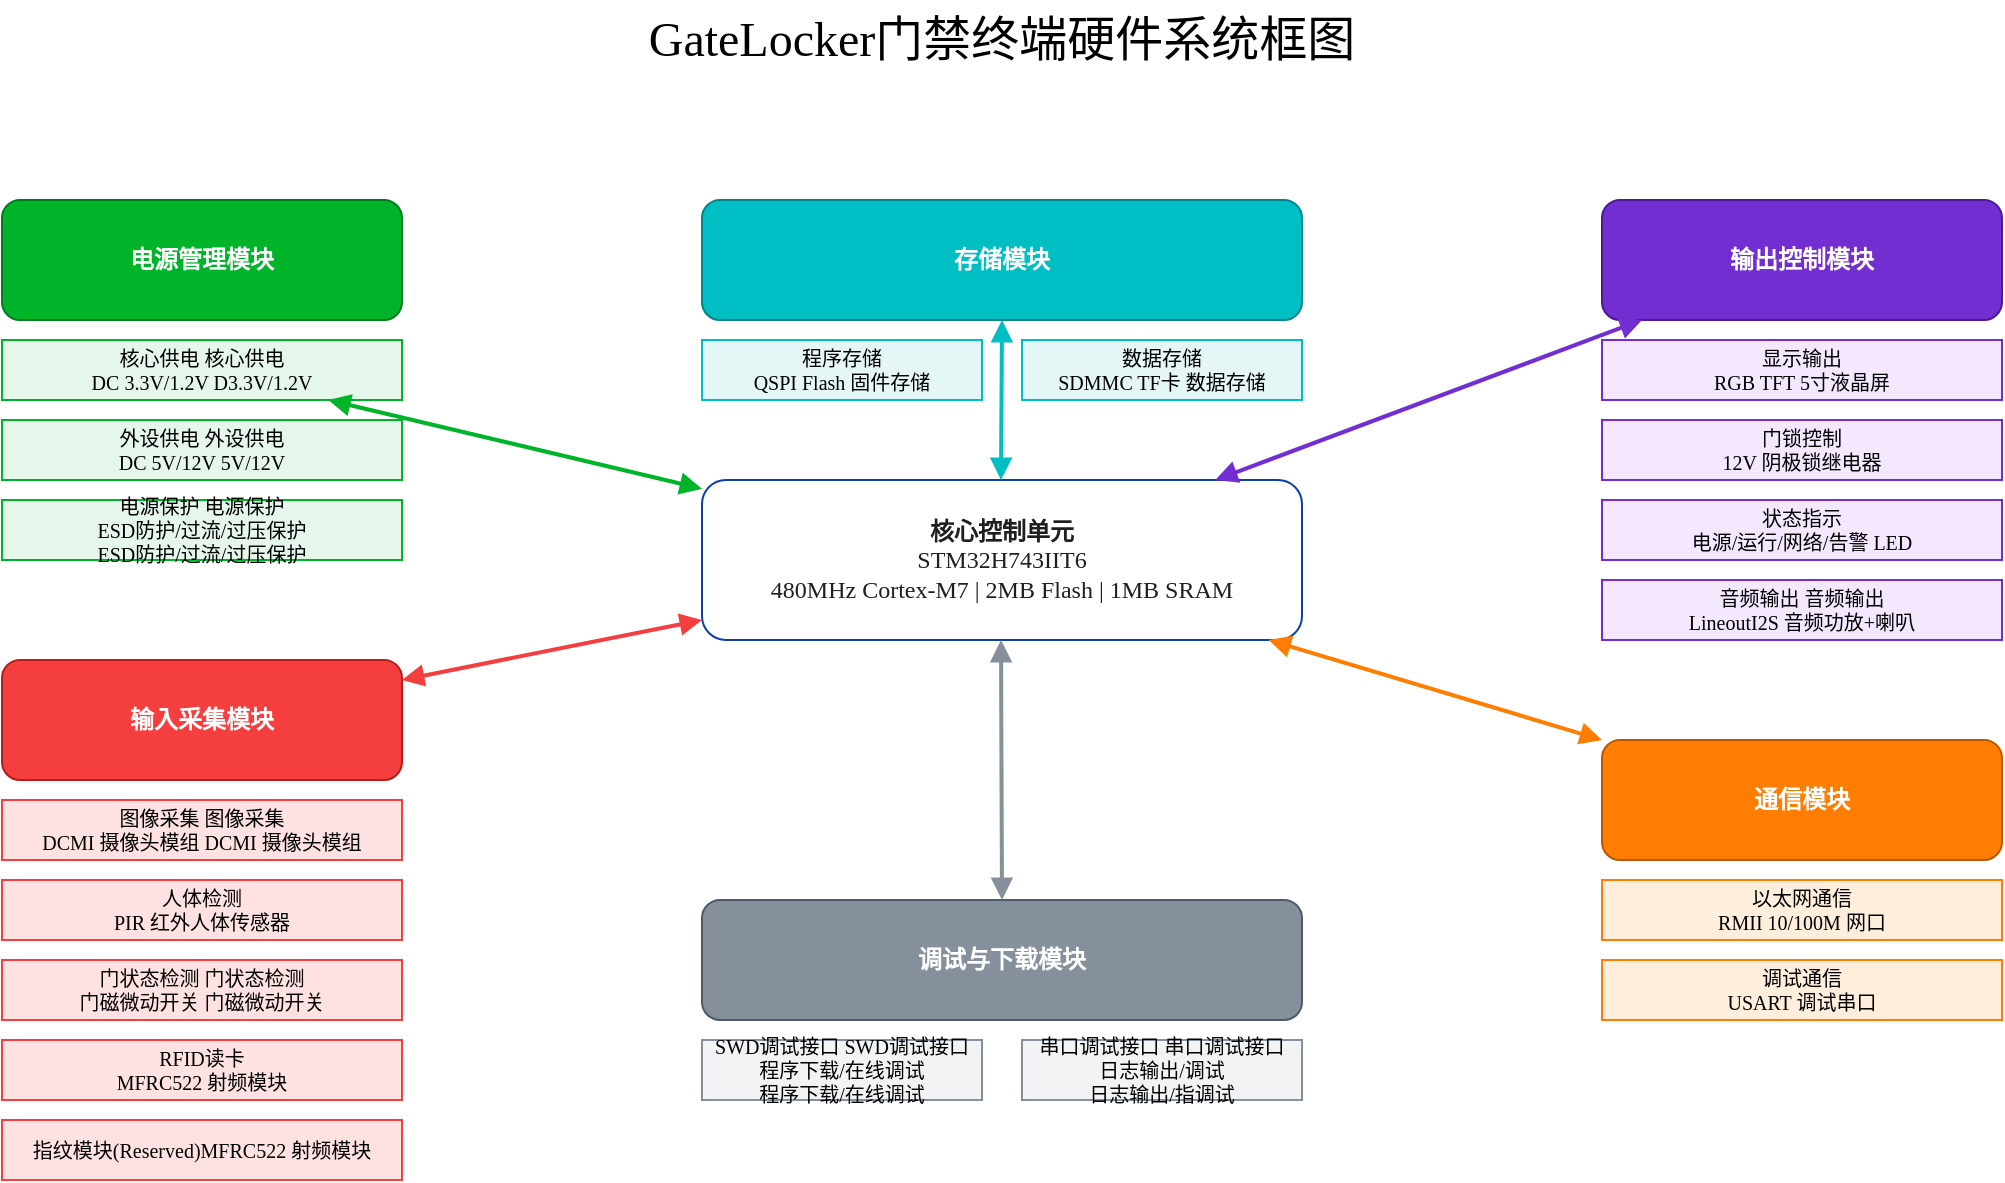
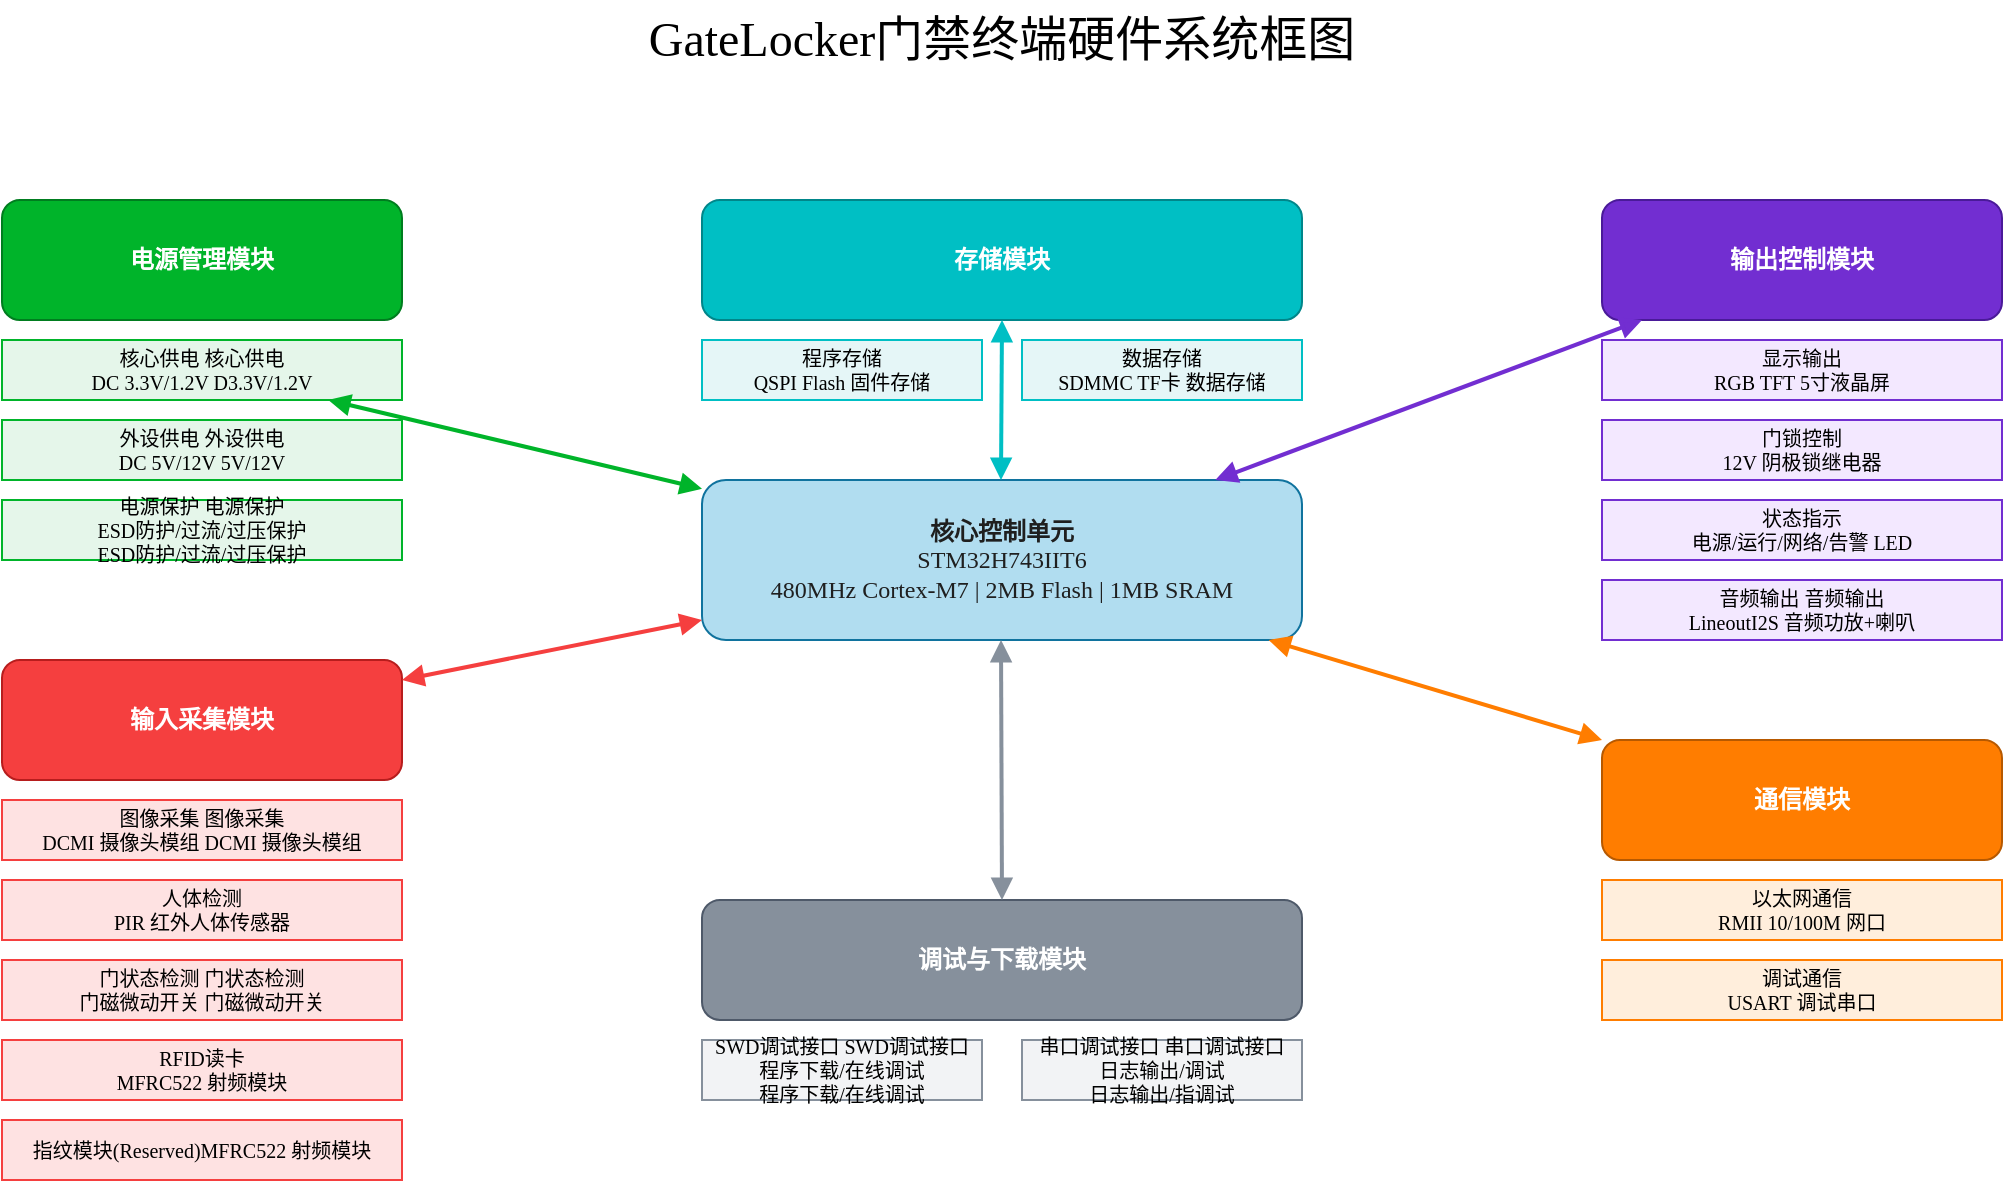
<mxfile host="app.diagrams.net">
  <diagram id="JjUnV6bOo0cUcBlsrNCr" name="GateLocker门禁终端硬件系统框图">
    <mxGraphModel dx="1571" dy="782" grid="0" gridSize="10" guides="1" tooltips="1" connect="1" arrows="1" fold="1" page="0" pageScale="1" pageWidth="827" pageHeight="1169" math="0" shadow="0">
      <root>
        <mxCell id="0" />
        <mxCell id="1" parent="0" />
        <mxCell id="EOIqCzflqUVAwcGKjHEf-1" parent="1" style="text;html=1;strokeColor=none;fillColor=none;align=center;verticalAlign=middle;whiteSpace=wrap;rounded=0;fontSize=24;fontWeight=bold;fontFamily=微软雅黑" value="GateLocker门禁终端硬件系统框图" vertex="1">
          <mxGeometry height="40" width="400" x="440" y="60" as="geometry" />
        </mxCell>
-         <mxCell id="EOIqCzflqUVAwcGKjHEf-2" parent="1" style="rounded=1;whiteSpace=wrap;html=1;fillColor=default;strokeColor=#0F3FA8;fontColor=white;align=center;verticalAlign=middle;fontSize=12;fontFamily=微软雅黑;fontWeight=bold" value="&lt;span data-doubao-translate-traverse-mark=&quot;1&quot; data-doubao-translate-exclude-mark=&quot;1&quot;&gt;&lt;font style=&quot;color: rgb(31, 31, 31);&quot;&gt;&lt;b data-doubao-translate-traverse-mark=&quot;1&quot; data-doubao-translate-exclude-mark=&quot;1&quot; style=&quot;&quot;&gt;核心控制单元&lt;/b&gt;&lt;br data-doubao-translate-traverse-mark=&quot;1&quot;&gt;STM32H743IIT6&lt;br data-doubao-translate-traverse-mark=&quot;1&quot;&gt;480MHz Cortex-M7 | 2MB Flash | 1MB SRAM&lt;/font&gt;&lt;/span&gt;" vertex="1">
+         <mxCell id="EOIqCzflqUVAwcGKjHEf-2" parent="1" style="rounded=1;whiteSpace=wrap;html=1;fillColor=#b1ddf0;strokeColor=#10739e;align=center;verticalAlign=middle;fontSize=12;fontFamily=微软雅黑;fontWeight=bold;" value="&lt;span data-doubao-translate-traverse-mark=&quot;1&quot; data-doubao-translate-exclude-mark=&quot;1&quot;&gt;&lt;font style=&quot;color: rgb(31, 31, 31);&quot;&gt;&lt;b data-doubao-translate-traverse-mark=&quot;1&quot; data-doubao-translate-exclude-mark=&quot;1&quot; style=&quot;&quot;&gt;核心控制单元&lt;/b&gt;&lt;br data-doubao-translate-traverse-mark=&quot;1&quot;&gt;STM32H743IIT6&lt;br data-doubao-translate-traverse-mark=&quot;1&quot;&gt;480MHz Cortex-M7 | 2MB Flash | 1MB SRAM&lt;/font&gt;&lt;/span&gt;" vertex="1">
          <mxGeometry height="80" width="300" x="490" y="300" as="geometry" />
        </mxCell>
        <mxCell id="EOIqCzflqUVAwcGKjHEf-3" parent="1" style="rounded=1;whiteSpace=wrap;html=1;fillColor=#00B42A;strokeColor=#007D1F;fontColor=white;align=center;verticalAlign=middle;fontSize=12;fontFamily=微软雅黑;fontWeight=bold" value="&lt;b&gt;电源管理模块&lt;/b&gt;" vertex="1">
          <mxGeometry height="60" width="200" x="140" y="160" as="geometry" />
        </mxCell>
        <mxCell id="EOIqCzflqUVAwcGKjHEf-4" parent="1" style="rounded=0;whiteSpace=wrap;html=1;fillColor=#E5F6EA;strokeColor=#00B42A;align=center;verticalAlign=middle;fontSize=10;fontFamily=微软雅黑" value="核心供电&lt;font class=&quot;__Cici__translate__ __Cici_translate_similar_text_content__&quot;&gt;&lt;font class=&quot;__Cici_translate_origin_node__&quot; style=&quot;display: none;&quot;&gt;核心供电&lt;/font&gt; &lt;font class=&quot;__Cici_translate_translated_inject_node__&quot; style=&quot;display: inline-block;&quot;&gt;&lt;span&gt;核心供电&lt;/span&gt;&lt;/font&gt;&lt;/font&gt;&lt;br data-doubao-translate-traverse-mark=&quot;1&quot;&gt;DC 3.3V/1.2V&lt;font class=&quot;__Cici__translate__ __Cici_translate_similar_text_content__&quot;&gt;&lt;font class=&quot;__Cici_translate_origin_node__&quot; style=&quot;display: none;&quot;&gt;D3.3V/1.2V&lt;/font&gt; &lt;font class=&quot;__Cici_translate_translated_inject_node__&quot; style=&quot;display: inline-block;&quot;&gt;&lt;span&gt;D3.3V/1.2V&lt;/span&gt;&lt;/font&gt;&lt;/font&gt;" vertex="1">
          <mxGeometry height="30" width="200" x="140" y="230" as="geometry" />
        </mxCell>
        <mxCell id="EOIqCzflqUVAwcGKjHEf-5" parent="1" style="rounded=0;whiteSpace=wrap;html=1;fillColor=#E5F6EA;strokeColor=#00B42A;align=center;verticalAlign=middle;fontSize=10;fontFamily=微软雅黑" value="外设供电&lt;font class=&quot;__Cici__translate__ __Cici_translate_similar_text_content__&quot;&gt;&lt;font class=&quot;__Cici_translate_origin_node__&quot; style=&quot;display: none;&quot;&gt;外设供电&lt;/font&gt; &lt;font class=&quot;__Cici_translate_translated_inject_node__&quot; style=&quot;display: inline-block;&quot;&gt;&lt;span&gt;外设供电&lt;/span&gt;&lt;/font&gt;&lt;/font&gt;&lt;br data-doubao-translate-traverse-mark=&quot;1&quot;&gt;DC 5V/12V&lt;font class=&quot;__Cici__translate__ __Cici_translate_similar_text_content__&quot;&gt; &lt;font class=&quot;__Cici_translate_translated_inject_node__&quot; style=&quot;display: inline-block;&quot;&gt;&lt;span&gt;5V/12V&lt;/span&gt;&lt;/font&gt;&lt;/font&gt;" vertex="1">
          <mxGeometry height="30" width="200" x="140" y="270" as="geometry" />
        </mxCell>
        <mxCell id="EOIqCzflqUVAwcGKjHEf-6" parent="1" style="rounded=0;whiteSpace=wrap;html=1;fillColor=#E5F6EA;strokeColor=#00B42A;align=center;verticalAlign=middle;fontSize=10;fontFamily=微软雅黑" value="电源保护&lt;font class=&quot;__Cici__translate__ __Cici_translate_similar_text_content__&quot;&gt;&lt;font class=&quot;__Cici_translate_origin_node__&quot; style=&quot;display: none;&quot;&gt;电源保护&lt;/font&gt; &lt;font class=&quot;__Cici_translate_translated_inject_node__&quot; style=&quot;display: inline-block;&quot;&gt;&lt;span&gt;电源保护&lt;/span&gt;&lt;/font&gt;&lt;/font&gt;&lt;br data-doubao-translate-traverse-mark=&quot;1&quot;&gt;ESD防护/过流/过压保护&lt;font class=&quot;__Cici__translate__ __Cici_translate_similar_text_content__&quot;&gt;&lt;font class=&quot;__Cici_translate_origin_node__&quot; style=&quot;display: none;&quot;&gt;ESD防护/过流/过压保护&lt;/font&gt; &lt;font class=&quot;__Cici_translate_translated_inject_node__&quot; style=&quot;display: inline-block;&quot;&gt;&lt;span&gt;ESD防护/过流/过压保护&lt;/span&gt;&lt;/font&gt;&lt;/font&gt;" vertex="1">
          <mxGeometry height="30" width="200" x="140" y="310" as="geometry" />
        </mxCell>
        <mxCell id="EOIqCzflqUVAwcGKjHEf-7" parent="1" style="rounded=1;whiteSpace=wrap;html=1;fillColor=#F53F3F;strokeColor=#B71D1D;fontColor=white;align=center;verticalAlign=middle;fontSize=12;fontFamily=微软雅黑;fontWeight=bold" value="&lt;b&gt;输入采集模块&lt;/b&gt;" vertex="1">
          <mxGeometry height="60" width="200" x="140" y="390" as="geometry" />
        </mxCell>
        <mxCell id="EOIqCzflqUVAwcGKjHEf-8" parent="1" style="rounded=0;whiteSpace=wrap;html=1;fillColor=#FEE2E2;strokeColor=#F53F3F;align=center;verticalAlign=middle;fontSize=10;fontFamily=微软雅黑" value="图像采集&lt;font class=&quot;__Cici__translate__ __Cici_translate_similar_text_content__&quot;&gt;&lt;font class=&quot;__Cici_translate_origin_node__&quot; style=&quot;display: none;&quot;&gt;图像采集&lt;/font&gt; &lt;font class=&quot;__Cici_translate_translated_inject_node__&quot; style=&quot;display: inline-block;&quot;&gt;&lt;span&gt;图像采集&lt;/span&gt;&lt;/font&gt;&lt;/font&gt;&lt;br data-doubao-translate-traverse-mark=&quot;1&quot;&gt;DCMI 摄像头模组&lt;font class=&quot;__Cici__translate__ __Cici_translate_similar_text_content__&quot;&gt;&lt;font class=&quot;__Cici_translate_origin_node__&quot; style=&quot;display: none;&quot;&gt;DCMI 摄像头模组&lt;/font&gt; &lt;font class=&quot;__Cici_translate_translated_inject_node__&quot; style=&quot;display: inline-block;&quot;&gt;&lt;span&gt;DCMI 摄像头模组&lt;/span&gt;&lt;/font&gt;&lt;/font&gt;" vertex="1">
          <mxGeometry height="30" width="200" x="140" y="460" as="geometry" />
        </mxCell>
        <mxCell id="EOIqCzflqUVAwcGKjHEf-9" parent="1" style="rounded=0;whiteSpace=wrap;html=1;fillColor=#FEE2E2;strokeColor=#F53F3F;align=center;verticalAlign=middle;fontSize=10;fontFamily=微软雅黑" value="人体检测&lt;br&gt;PIR 红外人体传感器" vertex="1">
          <mxGeometry height="30" width="200" x="140" y="500" as="geometry" />
        </mxCell>
        <mxCell id="EOIqCzflqUVAwcGKjHEf-10" parent="1" style="rounded=0;whiteSpace=wrap;html=1;fillColor=#FEE2E2;strokeColor=#F53F3F;align=center;verticalAlign=middle;fontSize=10;fontFamily=微软雅黑" value="门状态检测&lt;font class=&quot;__Cici__translate__ __Cici_translate_similar_text_content__&quot;&gt;&lt;font class=&quot;__Cici_translate_origin_node__&quot; style=&quot;display: none;&quot;&gt;门状态检测&lt;/font&gt; &lt;font class=&quot;__Cici_translate_translated_inject_node__&quot; style=&quot;display: inline-block;&quot;&gt;&lt;span&gt;门状态检测&lt;/span&gt;&lt;/font&gt;&lt;/font&gt;&lt;br data-doubao-translate-traverse-mark=&quot;1&quot;&gt;门磁微动开关&lt;font class=&quot;__Cici__translate__ __Cici_translate_similar_text_content__&quot;&gt;&lt;font class=&quot;__Cici_translate_origin_node__&quot; style=&quot;display: none;&quot;&gt;门磁微动开关&lt;/font&gt; &lt;font class=&quot;__Cici_translate_translated_inject_node__&quot; style=&quot;display: inline-block;&quot;&gt;&lt;span&gt;门磁微动开关&lt;/span&gt;&lt;/font&gt;&lt;/font&gt;" vertex="1">
          <mxGeometry height="30" width="200" x="140" y="540" as="geometry" />
        </mxCell>
        <mxCell id="EOIqCzflqUVAwcGKjHEf-11" parent="1" style="rounded=0;whiteSpace=wrap;html=1;fillColor=#FEE2E2;strokeColor=#F53F3F;align=center;verticalAlign=middle;fontSize=10;fontFamily=微软雅黑" value="RFID读卡&lt;br&gt;MFRC522 射频模块" vertex="1">
          <mxGeometry height="30" width="200" x="140" y="580" as="geometry" />
        </mxCell>
        <mxCell id="EOIqCzflqUVAwcGKjHEf-12" parent="1" style="rounded=1;whiteSpace=wrap;html=1;fillColor=#722ED1;strokeColor=#4A1A99;fontColor=white;align=center;verticalAlign=middle;fontSize=12;fontFamily=微软雅黑;fontWeight=bold" value="&lt;b&gt;输出控制模块&lt;/b&gt;" vertex="1">
          <mxGeometry height="60" width="200" x="940" y="160" as="geometry" />
        </mxCell>
        <mxCell id="EOIqCzflqUVAwcGKjHEf-13" parent="1" style="rounded=0;whiteSpace=wrap;html=1;fillColor=#F3E8FF;strokeColor=#722ED1;align=center;verticalAlign=middle;fontSize=10;fontFamily=微软雅黑" value="显示输出&lt;br&gt;RGB TFT 5寸液晶屏" vertex="1">
          <mxGeometry height="30" width="200" x="940" y="230" as="geometry" />
        </mxCell>
        <mxCell id="EOIqCzflqUVAwcGKjHEf-14" parent="1" style="rounded=0;whiteSpace=wrap;html=1;fillColor=#F3E8FF;strokeColor=#722ED1;align=center;verticalAlign=middle;fontSize=10;fontFamily=微软雅黑" value="门锁控制&lt;br&gt;12V 阴极锁继电器" vertex="1">
          <mxGeometry height="30" width="200" x="940" y="270" as="geometry" />
        </mxCell>
        <mxCell id="EOIqCzflqUVAwcGKjHEf-15" parent="1" style="rounded=0;whiteSpace=wrap;html=1;fillColor=#F3E8FF;strokeColor=#722ED1;align=center;verticalAlign=middle;fontSize=10;fontFamily=微软雅黑" value="状态指示&lt;br&gt;电源/运行/网络/告警 LED" vertex="1">
          <mxGeometry height="30" width="200" x="940" y="310" as="geometry" />
        </mxCell>
        <mxCell id="EOIqCzflqUVAwcGKjHEf-16" parent="1" style="rounded=0;whiteSpace=wrap;html=1;fillColor=#F3E8FF;strokeColor=#722ED1;align=center;verticalAlign=middle;fontSize=10;fontFamily=微软雅黑" value="音频输出&lt;font class=&quot;__Cici__translate__ __Cici_translate_similar_text_content__&quot;&gt;&lt;font class=&quot;__Cici_translate_origin_node__&quot; style=&quot;display: none;&quot;&gt;音频输出&lt;/font&gt; &lt;font class=&quot;__Cici_translate_translated_inject_node__&quot; style=&quot;display: inline-block;&quot;&gt;&lt;span&gt;音频输出&lt;/span&gt;&lt;/font&gt;&lt;/font&gt;&lt;br data-doubao-translate-traverse-mark=&quot;1&quot;&gt;Lineout&lt;font class=&quot;__Cici__translate__ __Cici_translate_similar_text_content__&quot;&gt;&lt;font class=&quot;__Cici_translate_translated_inject_node__&quot; style=&quot;display: inline-block;&quot;&gt;&lt;span&gt;I2S 音频功放+喇叭&lt;/span&gt;&lt;/font&gt;&lt;/font&gt;" vertex="1">
          <mxGeometry height="30" width="200" x="940" y="350" as="geometry" />
        </mxCell>
        <mxCell id="EOIqCzflqUVAwcGKjHEf-17" parent="1" style="rounded=1;whiteSpace=wrap;html=1;fillColor=#FF7D00;strokeColor=#B75900;fontColor=white;align=center;verticalAlign=middle;fontSize=12;fontFamily=微软雅黑;fontWeight=bold" value="&lt;b&gt;通信模块&lt;/b&gt;" vertex="1">
          <mxGeometry height="60" width="200" x="940" y="430" as="geometry" />
        </mxCell>
        <mxCell id="EOIqCzflqUVAwcGKjHEf-18" parent="1" style="rounded=0;whiteSpace=wrap;html=1;fillColor=#FFEEDC;strokeColor=#FF7D00;align=center;verticalAlign=middle;fontSize=10;fontFamily=微软雅黑" value="以太网通信&lt;br&gt;RMII 10/100M 网口" vertex="1">
          <mxGeometry height="30" width="200" x="940" y="500" as="geometry" />
        </mxCell>
        <mxCell id="EOIqCzflqUVAwcGKjHEf-19" parent="1" style="rounded=0;whiteSpace=wrap;html=1;fillColor=#FFEEDC;strokeColor=#FF7D00;align=center;verticalAlign=middle;fontSize=10;fontFamily=微软雅黑" value="调试通信&lt;br&gt;USART 调试串口" vertex="1">
          <mxGeometry height="30" width="200" x="940" y="540" as="geometry" />
        </mxCell>
        <mxCell id="EOIqCzflqUVAwcGKjHEf-20" parent="1" style="rounded=1;whiteSpace=wrap;html=1;fillColor=#00BFC4;strokeColor=#00868A;fontColor=white;align=center;verticalAlign=middle;fontSize=12;fontFamily=微软雅黑;fontWeight=bold" value="&lt;b&gt;存储模块&lt;/b&gt;" vertex="1">
          <mxGeometry height="60" width="300" x="490" y="160" as="geometry" />
        </mxCell>
        <mxCell id="EOIqCzflqUVAwcGKjHEf-21" parent="1" style="rounded=0;whiteSpace=wrap;html=1;fillColor=#E5F6F7;strokeColor=#00BFC4;align=center;verticalAlign=middle;fontSize=10;fontFamily=微软雅黑" value="程序存储&lt;br&gt;QSPI Flash 固件存储" vertex="1">
          <mxGeometry height="30" width="140" x="490" y="230" as="geometry" />
        </mxCell>
        <mxCell id="EOIqCzflqUVAwcGKjHEf-22" parent="1" style="rounded=0;whiteSpace=wrap;html=1;fillColor=#E5F6F7;strokeColor=#00BFC4;align=center;verticalAlign=middle;fontSize=10;fontFamily=微软雅黑" value="数据存储&lt;br&gt;SDMMC TF卡 数据存储" vertex="1">
          <mxGeometry height="30" width="140" x="650" y="230" as="geometry" />
        </mxCell>
        <mxCell id="EOIqCzflqUVAwcGKjHEf-23" parent="1" style="rounded=1;whiteSpace=wrap;html=1;fillColor=#86909C;strokeColor=#4E5969;fontColor=white;align=center;verticalAlign=middle;fontSize=12;fontFamily=微软雅黑;fontWeight=bold" value="&lt;b&gt;调试与下载模块&lt;/b&gt;" vertex="1">
          <mxGeometry height="60" width="300" x="490" y="510" as="geometry" />
        </mxCell>
        <mxCell id="EOIqCzflqUVAwcGKjHEf-24" parent="1" style="rounded=0;whiteSpace=wrap;html=1;fillColor=#F2F3F5;strokeColor=#86909C;align=center;verticalAlign=middle;fontSize=10;fontFamily=微软雅黑" value="SWD调试接口&lt;font class=&quot;__Cici__translate__ __Cici_translate_similar_text_content__&quot;&gt;&lt;font class=&quot;__Cici_translate_origin_node__&quot; style=&quot;display: none;&quot;&gt;SWD调试接口&lt;/font&gt; &lt;font class=&quot;__Cici_translate_translated_inject_node__&quot; style=&quot;display: inline-block;&quot;&gt;&lt;span&gt;SWD调试接口&lt;/span&gt;&lt;/font&gt;&lt;/font&gt;&lt;br data-doubao-translate-traverse-mark=&quot;1&quot;&gt;程序下载/在线调试&lt;font class=&quot;__Cici__translate__ __Cici_translate_similar_text_content__&quot;&gt;&lt;font class=&quot;__Cici_translate_origin_node__&quot; style=&quot;display: none;&quot;&gt;程序下载/在线调试&lt;/font&gt; &lt;font class=&quot;__Cici_translate_translated_inject_node__&quot; style=&quot;display: inline-block;&quot;&gt;&lt;span&gt;程序下载/在线调试&lt;/span&gt;&lt;/font&gt;&lt;/font&gt;" vertex="1">
          <mxGeometry height="30" width="140" x="490" y="580" as="geometry" />
        </mxCell>
        <mxCell id="EOIqCzflqUVAwcGKjHEf-25" parent="1" style="rounded=0;whiteSpace=wrap;html=1;fillColor=#F2F3F5;strokeColor=#86909C;align=center;verticalAlign=middle;fontSize=10;fontFamily=微软雅黑" value="串口调试接口&lt;font class=&quot;__Cici__translate__ __Cici_translate_similar_text_content__&quot;&gt;&lt;font class=&quot;__Cici_translate_origin_node__&quot; style=&quot;display: none;&quot;&gt;串口调试接口&lt;/font&gt; &lt;font class=&quot;__Cici_translate_translated_inject_node__&quot; style=&quot;display: inline-block;&quot;&gt;&lt;span&gt;串口调试接口&lt;/span&gt;&lt;/font&gt;&lt;/font&gt;&lt;br data-doubao-translate-traverse-mark=&quot;1&quot;&gt;日志输出/调试&lt;font class=&quot;__Cici__translate__ __Cici_translate_similar_text_content__&quot;&gt;&lt;font class=&quot;__Cici_translate_origin_node__&quot; style=&quot;display: none;&quot;&gt;日志输出/指调试&lt;/font&gt; &lt;font class=&quot;__Cici_translate_translated_inject_node__&quot; style=&quot;display: inline-block;&quot;&gt;&lt;span&gt;日志输出/指调试&lt;/span&gt;&lt;/font&gt;&lt;/font&gt;" vertex="1">
          <mxGeometry height="30" width="140" x="650" y="580" as="geometry" />
        </mxCell>
        <mxCell id="EOIqCzflqUVAwcGKjHEf-26" edge="1" parent="1" source="EOIqCzflqUVAwcGKjHEf-4" style="endArrow=block;html=1;strokeWidth=2;strokeColor=#00B42A;startArrow=block;startFill=1;" target="EOIqCzflqUVAwcGKjHEf-2" value="">
          <mxGeometry relative="1" as="geometry" />
        </mxCell>
        <mxCell id="EOIqCzflqUVAwcGKjHEf-27" edge="1" parent="1" source="EOIqCzflqUVAwcGKjHEf-7" style="endArrow=block;html=1;strokeWidth=2;strokeColor=#F53F3F;startArrow=block;startFill=1;" target="EOIqCzflqUVAwcGKjHEf-2" value="">
          <mxGeometry relative="1" as="geometry" />
        </mxCell>
        <mxCell id="EOIqCzflqUVAwcGKjHEf-28" edge="1" parent="1" source="EOIqCzflqUVAwcGKjHEf-2" style="endArrow=block;html=1;strokeWidth=2;strokeColor=#722ED1;startArrow=block;startFill=1;" target="EOIqCzflqUVAwcGKjHEf-12" value="">
          <mxGeometry relative="1" as="geometry" />
        </mxCell>
        <mxCell id="EOIqCzflqUVAwcGKjHEf-29" edge="1" parent="1" source="EOIqCzflqUVAwcGKjHEf-2" style="endArrow=block;html=1;strokeWidth=2;strokeColor=#FF7D00;startArrow=block;startFill=1;" target="EOIqCzflqUVAwcGKjHEf-17" value="">
          <mxGeometry relative="1" as="geometry" />
        </mxCell>
        <mxCell id="EOIqCzflqUVAwcGKjHEf-30" edge="1" parent="1" source="EOIqCzflqUVAwcGKjHEf-20" style="endArrow=block;html=1;strokeWidth=2;strokeColor=#00BFC4;startArrow=block;startFill=1;exitX=0.5;exitY=1;exitDx=0;exitDy=0;" value="">
          <mxGeometry relative="1" as="geometry">
            <mxPoint x="639.5" y="250" as="sourcePoint" />
            <mxPoint x="639.5" y="300" as="targetPoint" />
          </mxGeometry>
        </mxCell>
        <mxCell id="EOIqCzflqUVAwcGKjHEf-31" edge="1" parent="1" style="endArrow=block;html=1;strokeWidth=2;strokeColor=#86909C;startArrow=block;startFill=1;" value="">
          <mxGeometry relative="1" as="geometry">
            <mxPoint x="639.5" y="380" as="sourcePoint" />
            <mxPoint x="640" y="510" as="targetPoint" />
          </mxGeometry>
        </mxCell>
        <mxCell id="EOIqCzflqUVAwcGKjHEf-32" parent="1" style="rounded=0;whiteSpace=wrap;html=1;fillColor=#FEE2E2;strokeColor=#F53F3F;align=center;verticalAlign=middle;fontSize=10;fontFamily=微软雅黑" value="指纹模块(Reserved)&lt;font class=&quot;__Cici__translate__ __Cici_translate_similar_text_content__&quot;&gt;&lt;font class=&quot;__Cici_translate_origin_node__&quot; style=&quot;display: none;&quot;&gt;MFRC522 射频模块&lt;/font&gt;&lt;font class=&quot;__Cici_translate_translated_inject_node__&quot; style=&quot;display: inline-block;&quot;&gt;&lt;span&gt;MFRC522 射频模块&lt;/span&gt;&lt;/font&gt;&lt;/font&gt;" vertex="1">
          <mxGeometry height="30" width="200" x="140" y="620" as="geometry" />
        </mxCell>
      </root>
    </mxGraphModel>
  </diagram>
</mxfile>
